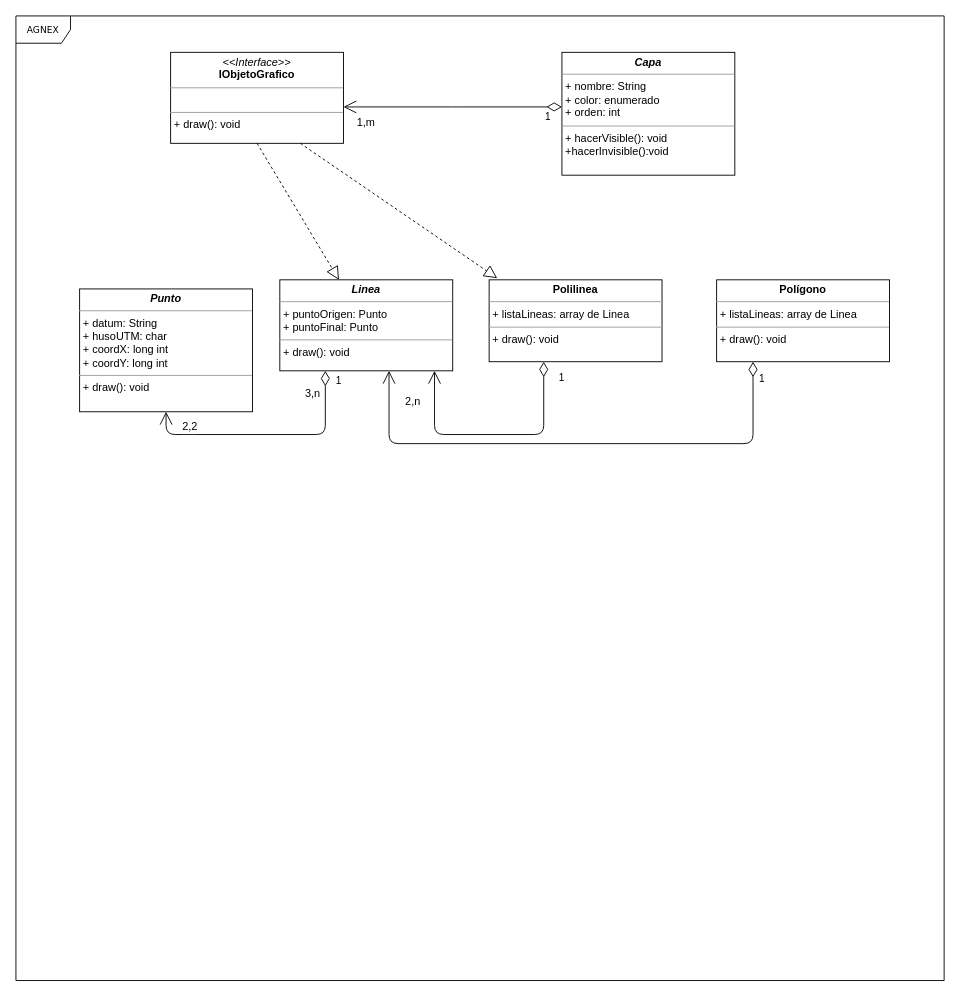
This is Docu elaborada/ModeloDeDominio.drawio from pquella/buscaminas, a draw.io file, before an edit. Source tidied: cells renumbered, new cells numbered last; positions are measured from the earlier drawing's top-left corner, leaving out a move shared by most shapes. Both pictures are drawn from the tidied source at 91%, with x=0, y=0 at pixel (15, 15).
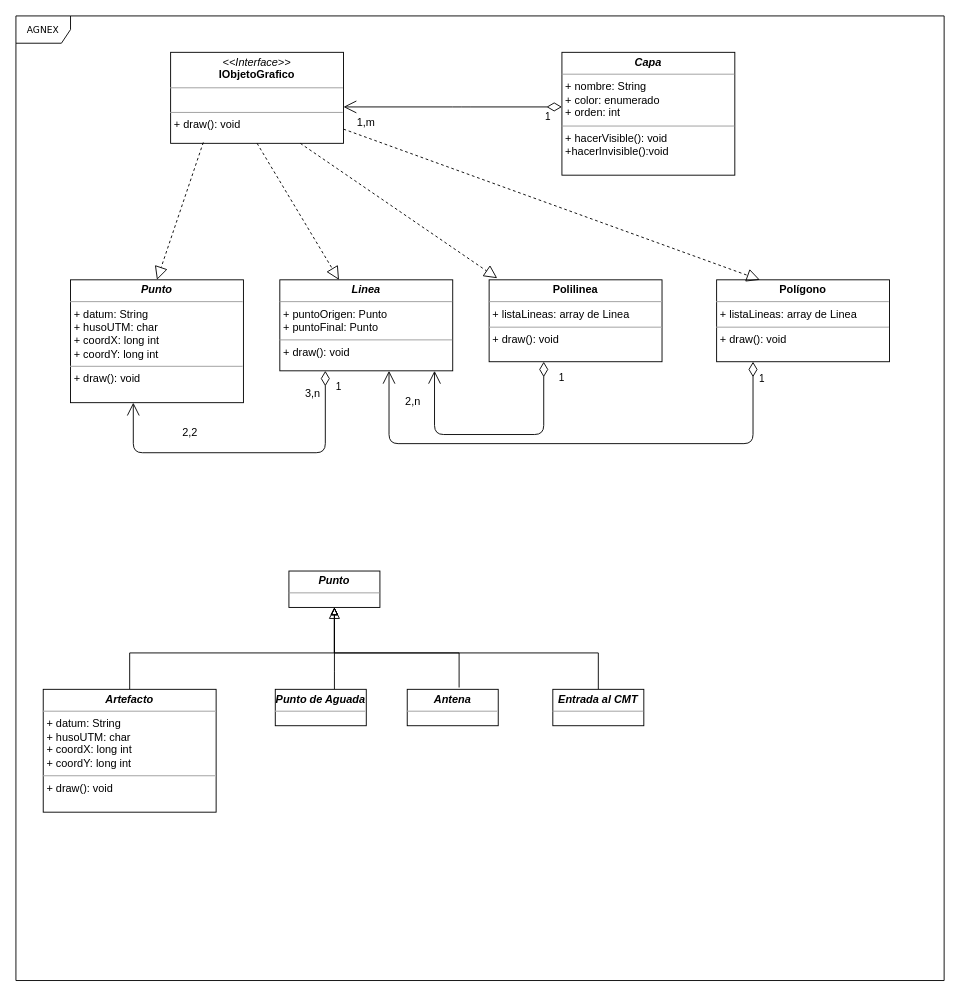
The same page after the edit.

The change refers to these unchanged cells:
```xml
<mxCell id="3" value="&lt;p style=&quot;margin: 0px ; margin-top: 4px ; text-align: center&quot;&gt;&lt;i&gt;&amp;lt;&amp;lt;Interface&amp;gt;&amp;gt;&lt;/i&gt;&lt;br&gt;&lt;b&gt;IObjetoGrafico&lt;/b&gt;&lt;/p&gt;&lt;hr size=&quot;1&quot;&gt;&lt;br&gt;&lt;hr size=&quot;1&quot;&gt;&lt;p style=&quot;margin: 0px ; margin-left: 4px&quot;&gt;+ draw(): void&lt;br&gt;&lt;br&gt;&lt;/p&gt;" style="verticalAlign=top;align=left;overflow=fill;fontSize=12;fontFamily=Helvetica;html=1;rounded=0;shadow=0;comic=0;labelBackgroundColor=none;strokeColor=#000000;strokeWidth=1;fillColor=#ffffff;" parent="1" vertex="1">
  <mxGeometry x="170" y="40" width="190" height="100" as="geometry" />
</mxCell>
<mxCell id="5" value="&lt;p style=&quot;margin: 0px ; margin-top: 4px ; text-align: center&quot;&gt;&lt;i&gt;&lt;b&gt;Linea&lt;/b&gt;&lt;/i&gt;&lt;b&gt;&lt;/b&gt;&lt;/p&gt;&lt;hr size=&quot;1&quot;&gt;&lt;p style=&quot;margin: 0px ; margin-left: 4px&quot;&gt;+ puntoOrigen: Punto&lt;br&gt;+ puntoFinal: Punto&lt;/p&gt;&lt;hr size=&quot;1&quot;&gt;&lt;p style=&quot;margin: 0px ; margin-left: 4px&quot;&gt;+ draw(): void&lt;br&gt;&lt;/p&gt;" style="verticalAlign=top;align=left;overflow=fill;fontSize=12;fontFamily=Helvetica;html=1;rounded=0;shadow=0;comic=0;labelBackgroundColor=none;strokeColor=#000000;strokeWidth=1;fillColor=#ffffff;" parent="1" vertex="1">
  <mxGeometry x="290" y="290" width="190" height="100" as="geometry" />
</mxCell>
<mxCell id="13" value="&lt;p style=&quot;margin: 0px ; margin-top: 4px ; text-align: center&quot;&gt;&lt;b&gt;Polígono&lt;/b&gt;&lt;/p&gt;&lt;hr size=&quot;1&quot;&gt;&lt;p style=&quot;margin: 0px ; margin-left: 4px&quot;&gt;+ listaLineas: array de Linea&lt;br&gt;&lt;/p&gt;&lt;hr size=&quot;1&quot;&gt;&lt;p style=&quot;margin: 0px ; margin-left: 4px&quot;&gt;+ draw(): void&lt;br&gt;&lt;/p&gt;" style="verticalAlign=top;align=left;overflow=fill;fontSize=12;fontFamily=Helvetica;html=1;rounded=0;shadow=0;comic=0;labelBackgroundColor=none;strokeColor=#000000;strokeWidth=1;fillColor=#ffffff;" parent="1" vertex="1">
  <mxGeometry x="770" y="290" width="190" height="90" as="geometry" />
</mxCell>
```

The edit, as a diff of the source:
```diff
@@
-    <mxCell id="7" value="1" style="endArrow=open;html=1;endSize=12;startArrow=diamondThin;startSize=14;startFill=0;edgeStyle=orthogonalEdgeStyle;align=left;verticalAlign=bottom;shadow=0;entryX=0.5;entryY=1;entryDx=0;entryDy=0;" parent="1" edge="1" source="5" target="16">
+    <mxCell id="7" value="1" style="endArrow=open;html=1;endSize=12;startArrow=diamondThin;startSize=14;startFill=0;edgeStyle=orthogonalEdgeStyle;align=left;verticalAlign=bottom;shadow=0;entryX=0.363;entryY=1;entryDx=0;entryDy=0;entryPerimeter=0;" parent="1" edge="1" source="5" target="16">
       <mxGeometry x="-0.85" y="10" relative="1" as="geometry">
         <Array as="points">
-          <mxPoint x="340" y="460" />
-          <mxPoint x="165" y="460" />
+          <mxPoint x="340" y="480" />
+          <mxPoint x="129" y="480" />
         </Array>
       </mxGeometry>
     </mxCell>
@@
     <mxCell id="16" value="&lt;p style=&quot;margin: 0px ; margin-top: 4px ; text-align: center&quot;&gt;&lt;i&gt;&lt;b&gt;Punto&lt;/b&gt;&lt;/i&gt;&lt;b&gt;&lt;/b&gt;&lt;/p&gt;&lt;hr size=&quot;1&quot;&gt;&lt;p style=&quot;margin: 0px ; margin-left: 4px&quot;&gt;+ datum: String&lt;br&gt;+ husoUTM: char&lt;/p&gt;&lt;p style=&quot;margin: 0px ; margin-left: 4px&quot;&gt;+ coordX: long int&lt;/p&gt;&lt;p style=&quot;margin: 0px ; margin-left: 4px&quot;&gt;+ coordY: long int&lt;/p&gt;&lt;hr size=&quot;1&quot;&gt;&lt;p style=&quot;margin: 0px ; margin-left: 4px&quot;&gt;+ draw(): void&lt;br&gt;&lt;/p&gt;" style="verticalAlign=top;align=left;overflow=fill;fontSize=12;fontFamily=Helvetica;html=1;rounded=0;shadow=0;comic=0;labelBackgroundColor=none;strokeColor=#000000;strokeWidth=1;fillColor=#ffffff;" parent="1" vertex="1">
-      <mxGeometry x="70" y="300" width="190" height="135" as="geometry" />
+      <mxGeometry x="60" y="290" width="190" height="135" as="geometry" />
     </mxCell>
@@
+    <mxCell id="19" style="edgeStyle=orthogonalEdgeStyle;rounded=0;jettySize=auto;html=1;entryX=0.57;entryY=-0.05;entryDx=0;entryDy=0;entryPerimeter=0;shadow=0;startSize=10;endArrow=none;endFill=0;startArrow=block;startFill=0;" parent="1" edge="1" source="20" target="25">
+      <mxGeometry relative="1" as="geometry">
+        <Array as="points">
+          <mxPoint x="350" y="700" />
+          <mxPoint x="487" y="700" />
+        </Array>
+      </mxGeometry>
+    </mxCell>
+    <mxCell id="20" value="&lt;p style=&quot;margin: 0px ; margin-top: 4px ; text-align: center&quot;&gt;&lt;i&gt;&lt;b&gt;Punto&lt;/b&gt;&lt;/i&gt;&lt;b&gt;&lt;/b&gt;&lt;/p&gt;&lt;hr size=&quot;1&quot;&gt;" style="verticalAlign=top;align=left;overflow=fill;fontSize=12;fontFamily=Helvetica;html=1;rounded=0;shadow=0;comic=0;labelBackgroundColor=none;strokeColor=#000000;strokeWidth=1;fillColor=#ffffff;" parent="1" vertex="1">
+      <mxGeometry x="300" y="610" width="100" height="40" as="geometry" />
+    </mxCell>
+    <mxCell id="21" style="endArrow=block;dashed=1;endFill=0;endSize=12;html=1;shadow=0;exitX=0.189;exitY=0.99;exitDx=0;exitDy=0;exitPerimeter=0;entryX=0.5;entryY=0;entryDx=0;entryDy=0;" parent="1" edge="1" source="3" target="16">
+      <mxGeometry relative="1" as="geometry" />
+    </mxCell>
+    <mxCell id="22" style="endArrow=block;dashed=1;endFill=0;endSize=12;html=1;shadow=0;entryX=0.25;entryY=0;entryDx=0;entryDy=0;" parent="1" edge="1" source="3" target="13">
+      <mxGeometry relative="1" as="geometry" />
+    </mxCell>
+    <mxCell id="23" style="edgeStyle=orthogonalEdgeStyle;rounded=0;jettySize=auto;html=1;entryX=0.5;entryY=1;entryDx=0;entryDy=0;shadow=0;startArrow=none;startFill=0;startSize=10;endArrow=block;endFill=0;" parent="1" edge="1" source="24" target="20">
+      <mxGeometry relative="1" as="geometry">
+        <Array as="points">
+          <mxPoint x="350" y="720" />
+          <mxPoint x="350" y="720" />
+        </Array>
+      </mxGeometry>
+    </mxCell>
+    <mxCell id="24" value="&lt;p style=&quot;margin: 0px ; margin-top: 4px ; text-align: center&quot;&gt;&lt;i&gt;&lt;b&gt;Punto de Aguada&lt;br&gt;&lt;/b&gt;&lt;/i&gt;&lt;/p&gt;&lt;hr size=&quot;1&quot;&gt;" style="verticalAlign=top;align=left;overflow=fill;fontSize=12;fontFamily=Helvetica;html=1;rounded=0;shadow=0;comic=0;labelBackgroundColor=none;strokeColor=#000000;strokeWidth=1;fillColor=#ffffff;" parent="1" vertex="1">
+      <mxGeometry x="285" y="740" width="100" height="40" as="geometry" />
+    </mxCell>
+    <mxCell id="25" value="&lt;p style=&quot;margin: 0px ; margin-top: 4px ; text-align: center&quot;&gt;&lt;i&gt;&lt;b&gt;Antena&lt;br&gt;&lt;/b&gt;&lt;/i&gt;&lt;/p&gt;&lt;hr size=&quot;1&quot;&gt;" style="verticalAlign=top;align=left;overflow=fill;fontSize=12;fontFamily=Helvetica;html=1;rounded=0;shadow=0;comic=0;labelBackgroundColor=none;strokeColor=#000000;strokeWidth=1;fillColor=#ffffff;" parent="1" vertex="1">
+      <mxGeometry x="430" y="740" width="100" height="40" as="geometry" />
+    </mxCell>
+    <mxCell id="26" style="edgeStyle=orthogonalEdgeStyle;rounded=0;jettySize=auto;html=1;shadow=0;startArrow=none;startFill=0;startSize=10;endArrow=block;endFill=0;" parent="1" edge="1" source="27" target="20">
+      <mxGeometry relative="1" as="geometry">
+        <Array as="points">
+          <mxPoint x="640" y="700" />
+          <mxPoint x="350" y="700" />
+        </Array>
+      </mxGeometry>
+    </mxCell>
+    <mxCell id="27" value="&lt;p style=&quot;margin: 0px ; margin-top: 4px ; text-align: center&quot;&gt;&lt;i&gt;&lt;b&gt;Entrada al CMT&lt;br&gt;&lt;/b&gt;&lt;/i&gt;&lt;/p&gt;&lt;hr size=&quot;1&quot;&gt;" style="verticalAlign=top;align=left;overflow=fill;fontSize=12;fontFamily=Helvetica;html=1;rounded=0;shadow=0;comic=0;labelBackgroundColor=none;strokeColor=#000000;strokeWidth=1;fillColor=#ffffff;" parent="1" vertex="1">
+      <mxGeometry x="590" y="740" width="100" height="40" as="geometry" />
+    </mxCell>
+    <mxCell id="28" style="edgeStyle=orthogonalEdgeStyle;rounded=0;jettySize=auto;html=1;shadow=0;startArrow=none;startFill=0;startSize=10;endArrow=block;endFill=0;entryX=0.5;entryY=1;entryDx=0;entryDy=0;" parent="1" edge="1" source="29" target="20">
+      <mxGeometry relative="1" as="geometry">
+        <Array as="points">
+          <mxPoint x="125" y="700" />
+          <mxPoint x="350" y="700" />
+        </Array>
+      </mxGeometry>
+    </mxCell>
+    <mxCell id="29" value="&lt;p style=&quot;margin: 0px ; margin-top: 4px ; text-align: center&quot;&gt;&lt;i&gt;&lt;b&gt;Artefacto&lt;/b&gt;&lt;/i&gt;&lt;/p&gt;&lt;hr size=&quot;1&quot;&gt;&lt;p style=&quot;margin: 0px ; margin-left: 4px&quot;&gt;+ datum: String&lt;br&gt;+ husoUTM: char&lt;/p&gt;&lt;p style=&quot;margin: 0px ; margin-left: 4px&quot;&gt;+ coordX: long int&lt;/p&gt;&lt;p style=&quot;margin: 0px ; margin-left: 4px&quot;&gt;+ coordY: long int&lt;/p&gt;&lt;hr size=&quot;1&quot;&gt;&lt;p style=&quot;margin: 0px ; margin-left: 4px&quot;&gt;+ draw(): void&lt;br&gt;&lt;/p&gt;" style="verticalAlign=top;align=left;overflow=fill;fontSize=12;fontFamily=Helvetica;html=1;rounded=0;shadow=0;comic=0;labelBackgroundColor=none;strokeColor=#000000;strokeWidth=1;fillColor=#ffffff;" parent="1" vertex="1">
+      <mxGeometry x="30" y="740" width="190" height="135" as="geometry" />
+    </mxCell>
```
